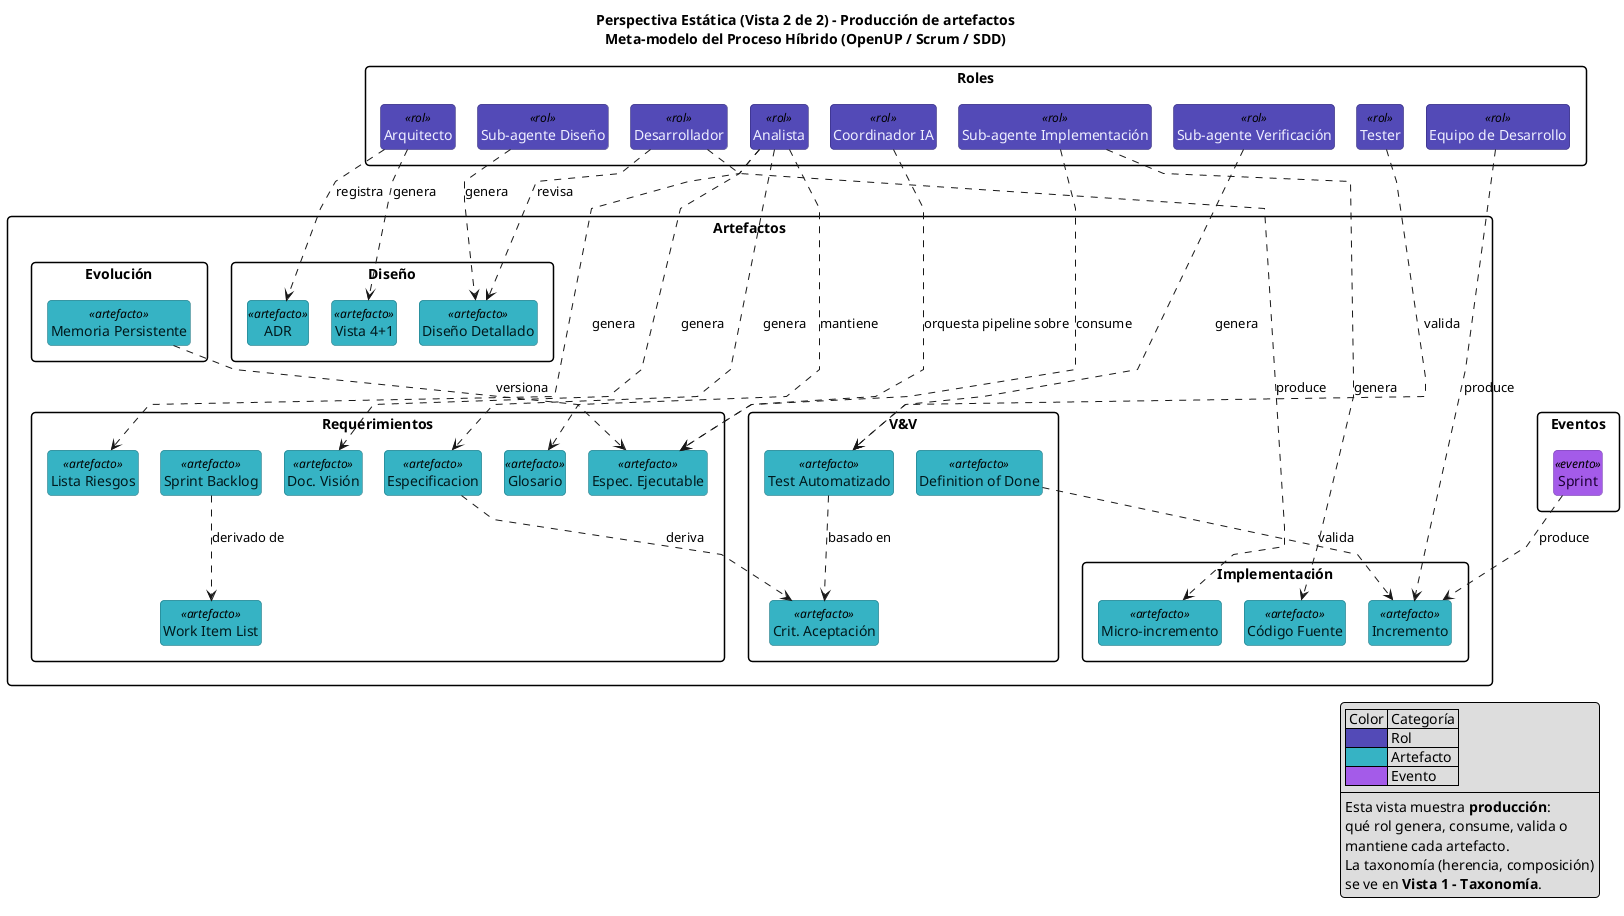
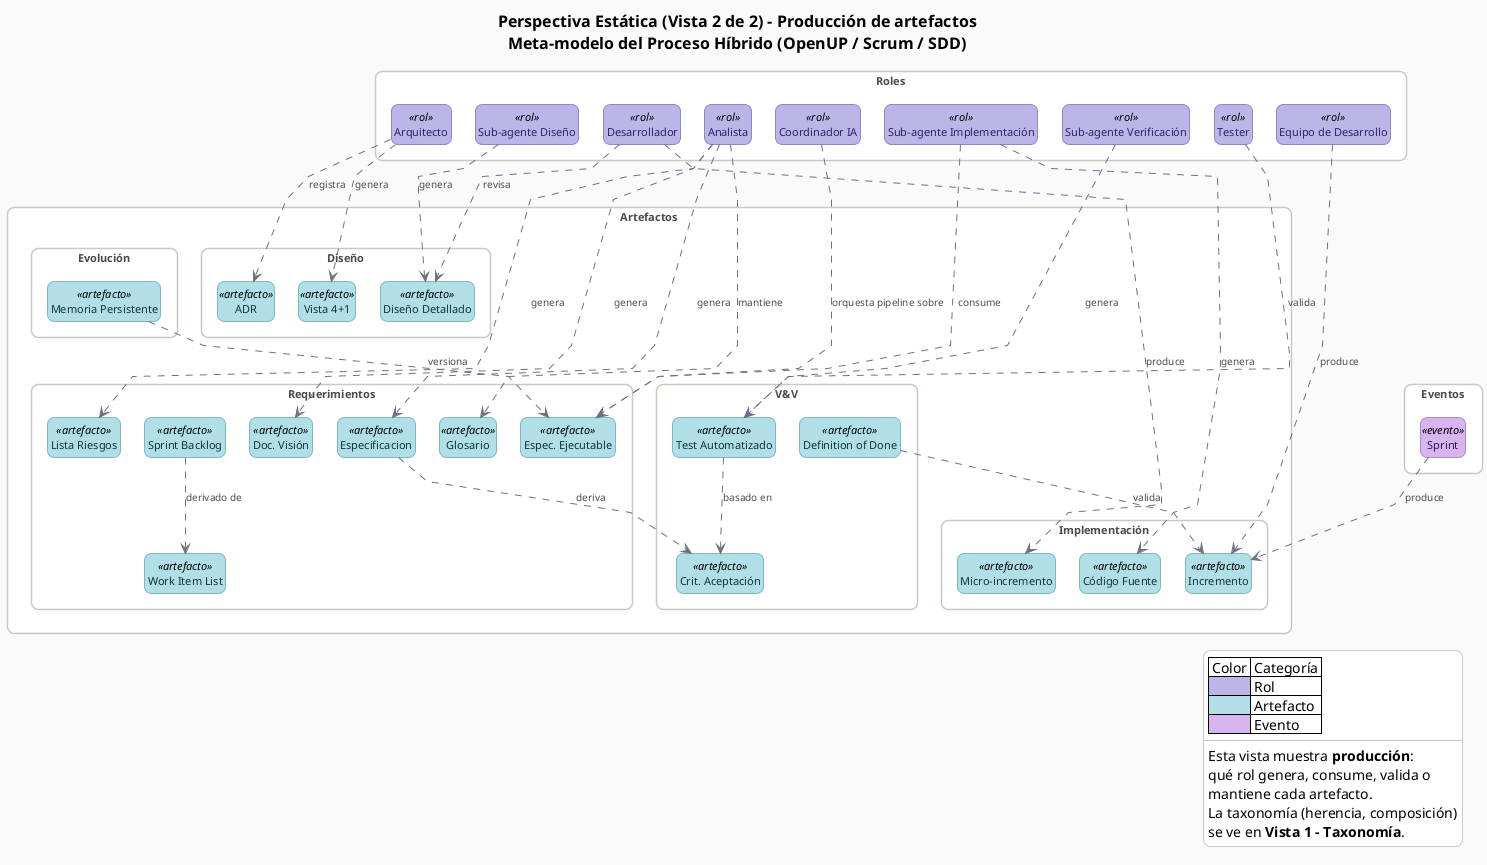
@startuml
title Perspectiva Estática (Vista 2 de 2) - Producción de artefactos\nMeta-modelo del Proceso Híbrido (OpenUP / Scrum / SDD)

+ ' === Modern soft theme ===
+ skinparam backgroundColor #FAFAFA
+ skinparam defaultFontName Helvetica
+ skinparam defaultFontSize 11
+ skinparam titleFontSize 16
+ skinparam titleFontStyle bold
+ skinparam shadowing false
+ skinparam roundCorner 14
+ skinparam ranksep 55
+ skinparam nodesep 24
+ skinparam classBorderThickness 1
skinparam linetype polyline
skinparam packageStyle rectangle
skinparam classAttributeIconSize 0
- skinparam shadowing false
- skinparam ranksep 50
- skinparam nodesep 22
- skinparam roundCorner 8
+ skinparam packageBackgroundColor #FFFFFF
+ skinparam packageBorderColor #C9C9BE
+ skinparam packageFontColor #4A4A48
+ skinparam packageFontStyle bold
+ skinparam legendBackgroundColor #FFFFFF
+ skinparam legendBorderColor #C9C9BE
hide empty members
hide circle

+ skinparam arrow {
+     Color #6B7280
+     FontColor #4A4A48
+     FontSize 10
+     Thickness 1
+ }
+ 
skinparam class {
-     BackgroundColor<<rol>> #534AB7
-     FontColor<<rol>> #eeeeff
-     BorderColor<<rol>> #2c2570
+     BackgroundColor<<rol>>        #BCB6E8
+     BorderColor<<rol>>            #8D88C8
+     FontColor<<rol>>              #2A2466

-     BackgroundColor<<artefacto>> #36b3c4
-     FontColor<<artefacto>> #001a1e
-     BorderColor<<artefacto>> #1d6e7a
+     BackgroundColor<<artefacto>>  #B0DFE8
+     BorderColor<<artefacto>>      #7DB9C5
+     FontColor<<artefacto>>        #0F3539

-     BackgroundColor<<evento>> #a45be9
-     FontColor<<evento>> #1a0033
-     BorderColor<<evento>> #6a2fa8
+     BackgroundColor<<evento>>     #D8B5F0
+     BorderColor<<evento>>         #AF87CC
+     FontColor<<evento>>           #34145A
}

package "Roles" {
    class Analista <<rol>>
    class Arquitecto <<rol>>
    class Tester <<rol>>
    class "Equipo de Desarrollo" as EquipoDesarrollo <<rol>>
    class Desarrollador <<rol>>
    class "Coordinador IA" as CoordinadorIA <<rol>>
    class "Sub-agente Diseño" as SubDiseno <<rol>>
    class "Sub-agente Implementación" as SubImpl <<rol>>
    class "Sub-agente Verificación" as SubVerif <<rol>>
}

package "Artefactos" {
    package "Requerimientos" {
        class "Doc. Visión" as DocVision <<artefacto>>
        class Glosario <<artefacto>>
        class Especificacion <<artefacto>>
        class "Lista Riesgos" as ListaRiesgos <<artefacto>>
        class "Work Item List" as WorkItemList <<artefacto>>
        class "Sprint Backlog" as SprintBacklog <<artefacto>>
        class "Espec. Ejecutable" as EspecEjecutable <<artefacto>>
    }

    package "Diseño" {
        class "Vista 4+1" as Vista41 <<artefacto>>
        class ADR <<artefacto>>
        class "Diseño Detallado" as DisenioDetallado <<artefacto>>
    }

    package "Implementación" {
        class "Código Fuente" as CodigoFuente <<artefacto>>
        class "Micro-incremento" as MicroIncremento <<artefacto>>
        class Incremento <<artefacto>>
    }

    package "V&V" {
        class "Crit. Aceptación" as CriteriosAceptacion <<artefacto>>
        class "Test Automatizado" as TestAutomatizado <<artefacto>>
        class "Definition of Done" as DoD <<artefacto>>
    }

    package "Evolución" {
        class "Memoria Persistente" as MemoriaPersistente <<artefacto>>
    }
}

package "Eventos" {
    class Sprint <<evento>>
}

' ============================================================================
' Rol -> Artefacto (produce / consume / valida / revisa / mantiene)
' ============================================================================
Analista          ..> ListaRiesgos       : genera
Analista          ..> DocVision          : genera
Analista          ..> Especificacion     : genera
Analista          ..> Glosario           : mantiene
Arquitecto        ..> Vista41            : genera
Arquitecto        ..> ADR                : registra
SubDiseno         ..> DisenioDetallado   : genera
SubImpl           ..> EspecEjecutable    : consume
SubImpl           ..> CodigoFuente       : genera
SubVerif          ..> TestAutomatizado   : genera
Tester            ..> TestAutomatizado   : valida
EquipoDesarrollo  ..> Incremento         : produce
Desarrollador     ..> MicroIncremento    : produce
Desarrollador     ..> DisenioDetallado   : revisa
CoordinadorIA     ..> EspecEjecutable    : orquesta pipeline sobre

' ============================================================================
' Artefacto / Evento -> Artefacto (deriva / basado en / valida)
' ============================================================================
Especificacion        ..> CriteriosAceptacion : deriva
TestAutomatizado      ..> CriteriosAceptacion : basado en
MemoriaPersistente    ..> EspecEjecutable     : versiona
SprintBacklog         ..> WorkItemList        : derivado de
Sprint                ..> Incremento          : produce
DoD                   ..> Incremento          : valida

legend right
  | Color | Categoría |
-   |<#534AB7>| Rol |
-   |<#36b3c4>| Artefacto |
-   |<#a45be9>| Evento |
+   |<#BCB6E8>| Rol |
+   |<#B0DFE8>| Artefacto |
+   |<#D8B5F0>| Evento |
  ----
  Esta vista muestra **producción**:
  qué rol genera, consume, valida o
  mantiene cada artefacto.
  La taxonomía (herencia, composición)
  se ve en **Vista 1 - Taxonomía**.
endlegend

@enduml
